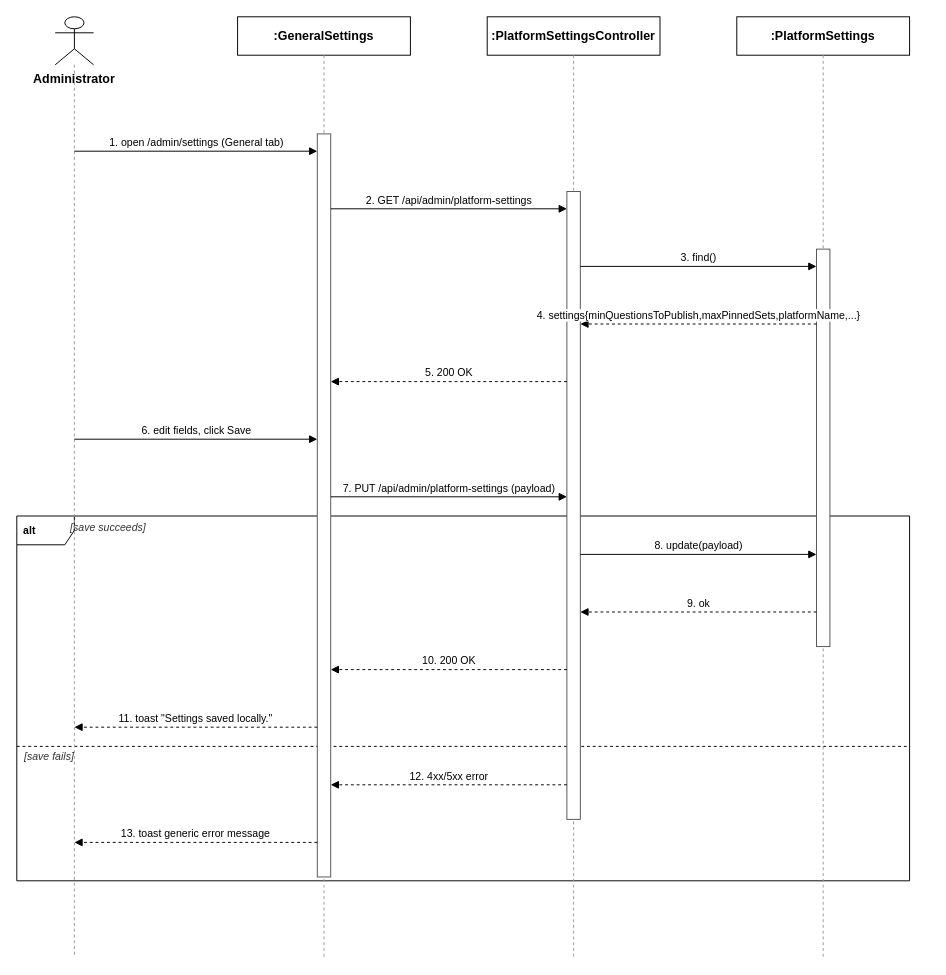
Above: page "Administrator_SystemConfiguration" (2 of 7) of docs/qa/sequence-diagrams.drawio in tulklk/AI_Interview_Question_Generation_RAG_LLM_FE (draw.io), before the change. Source tidied: cells renumbered, new cells numbered last; positions are measured from the earlier drawing's top-left corner, leaving out a move shared by most shapes. Both pictures are drawn from the tidied source at 96%, with x=0, y=0 at pixel (16, 16).
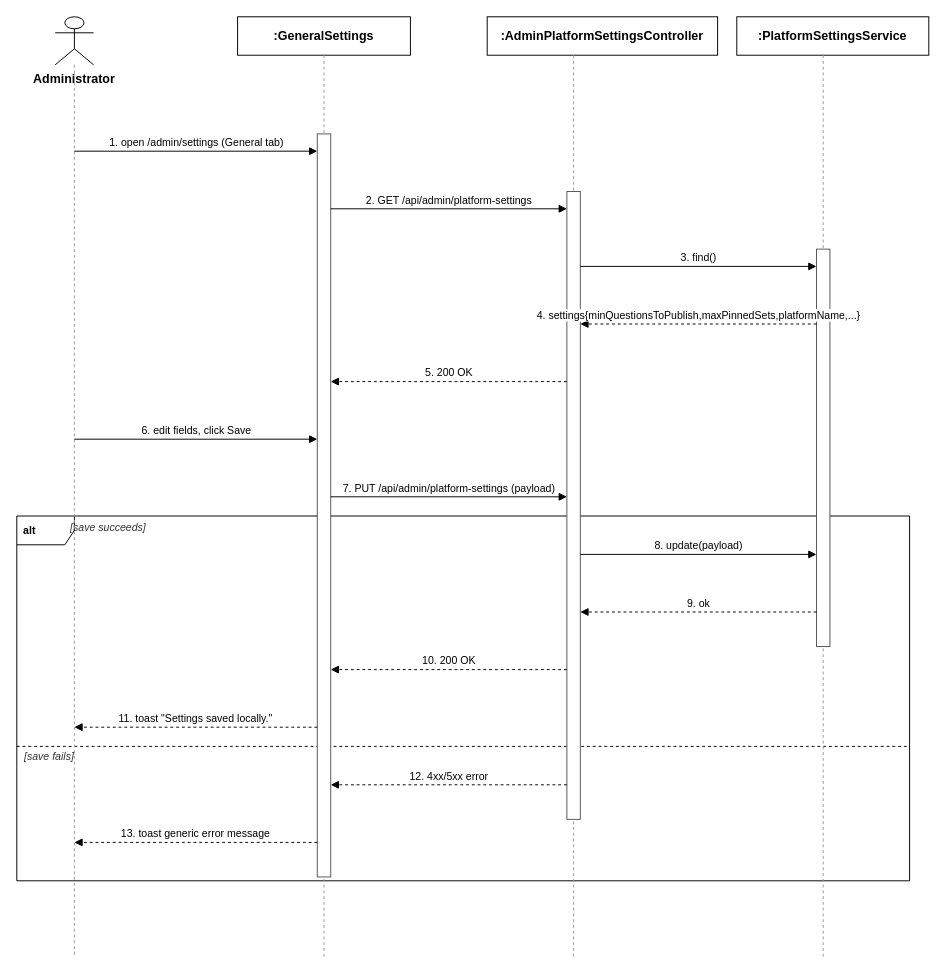
Above is the later version.

The edit, as a diff of the source:
```diff
@@
-    <mxCell id="10" value=":PlatformSettingsController" style="rounded=0;whiteSpace=wrap;html=1;fontSize=13;fillColor=#ffffff;strokeColor=#000000;fontStyle=1;" parent="1" vertex="1">
-      <mxGeometry x="490" width="180" height="40" as="geometry" />
+    <mxCell id="10" value=":AdminPlatformSettingsController" style="rounded=0;whiteSpace=wrap;html=1;fontSize=13;fillColor=#ffffff;strokeColor=#000000;fontStyle=1;" parent="1" vertex="1">
+      <mxGeometry x="490" width="240" height="40" as="geometry" />
     </mxCell>
@@
-    <mxCell id="12" value=":PlatformSettings" style="rounded=0;whiteSpace=wrap;html=1;fontSize=13;fillColor=#ffffff;strokeColor=#000000;fontStyle=1;" parent="1" vertex="1">
-      <mxGeometry x="750" width="180" height="40" as="geometry" />
+    <mxCell id="12" value=":PlatformSettingsService" style="rounded=0;whiteSpace=wrap;html=1;fontSize=13;fillColor=#ffffff;strokeColor=#000000;fontStyle=1;" parent="1" vertex="1">
+      <mxGeometry x="750" width="200" height="40" as="geometry" />
     </mxCell>
```
